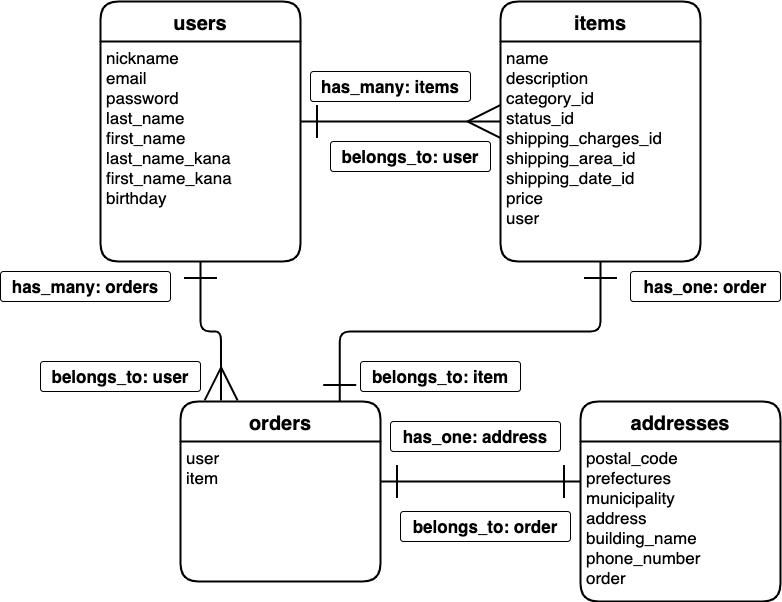
ono775/furima-28133 keeps this draw.io diagram as er.drawio.png. Above is the earlier version. Source tidied: cells renumbered, new cells last; positions are measured from the earlier drawing's top-left corner, leaving out a move shared by most shapes.
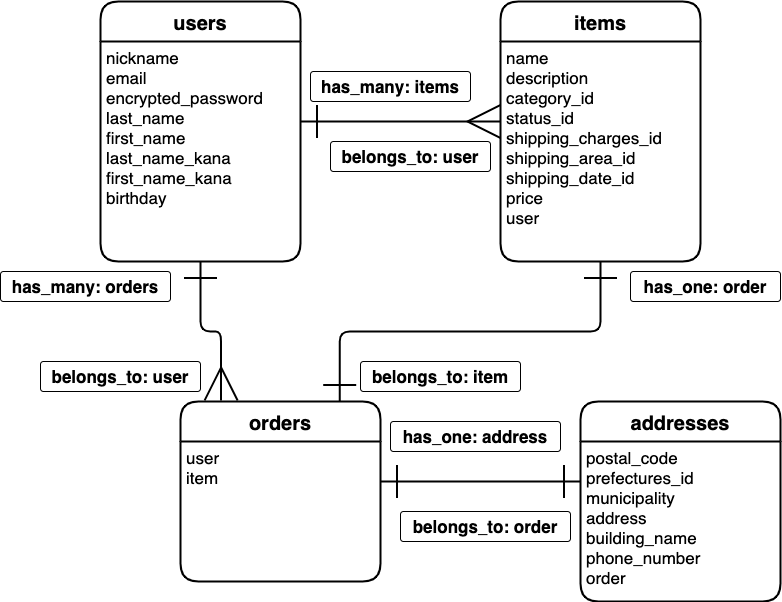
The same file after the commit.

The edit, as a diff of the source:
```diff
@@ -11,7 +11,7 @@
     <mxCell id="4" value="users" style="swimlane;horizontal=1;startSize=40;rounded=1;fontSize=20;fontStyle=1;strokeWidth=2;shadow=0;dashed=0;align=center;" parent="1" vertex="1">
       <mxGeometry x="100" width="200" height="260" as="geometry" />
     </mxCell>
-    <mxCell id="5" value="nickname&#10;email&#10;password&#10;last_name&#10;first_name&#10;last_name_kana&#10;first_name_kana&#10;birthday" style="align=left;strokeColor=none;fillColor=none;spacingLeft=4;fontSize=17;verticalAlign=top;" parent="4" vertex="1">
+    <mxCell id="5" value="nickname&#10;email&#10;encrypted_password&#10;last_name&#10;first_name&#10;last_name_kana&#10;first_name_kana&#10;birthday" style="align=left;strokeColor=none;fillColor=none;spacingLeft=4;fontSize=17;verticalAlign=top;" parent="4" vertex="1">
       <mxGeometry y="40" width="200" height="220" as="geometry" />
     </mxCell>
     <mxCell id="6" value="orders" style="swimlane;horizontal=1;startSize=40;rounded=1;fontSize=20;fontStyle=1;strokeWidth=2;shadow=0;dashed=0;align=center;" parent="1" vertex="1">
@@ -23,7 +23,7 @@
     <mxCell id="8" value="addresses" style="swimlane;horizontal=1;startSize=40;rounded=1;fontSize=20;fontStyle=1;strokeWidth=2;shadow=0;dashed=0;align=center;" parent="1" vertex="1">
       <mxGeometry x="580" y="400" width="200" height="200" as="geometry" />
     </mxCell>
-    <mxCell id="9" value="postal_code&#10;prefectures&#10;municipality&#10;address&#10;building_name&#10;phone_number&#10;order" style="align=left;strokeColor=none;fillColor=none;spacingLeft=4;fontSize=17;verticalAlign=top;" parent="8" vertex="1">
+    <mxCell id="9" value="postal_code&#10;prefectures_id&#10;municipality&#10;address&#10;building_name&#10;phone_number&#10;order" style="align=left;strokeColor=none;fillColor=none;spacingLeft=4;fontSize=17;verticalAlign=top;" parent="8" vertex="1">
       <mxGeometry y="40" width="200" height="160" as="geometry" />
     </mxCell>
     <mxCell id="10" style="edgeStyle=orthogonalEdgeStyle;rounded=0;orthogonalLoop=1;jettySize=auto;html=1;fontSize=17;strokeWidth=2;startArrow=ERone;startFill=0;endArrow=ERmany;endFill=0;endSize=30;startSize=30;" parent="1" edge="1">
```
